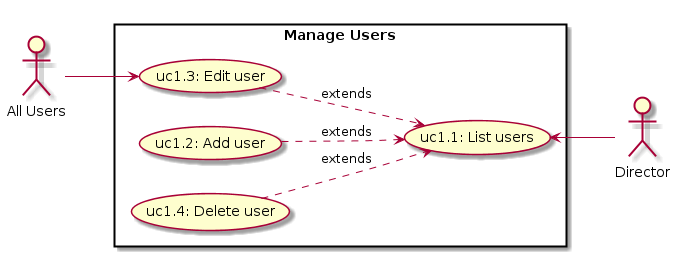
aert/aert-farmerp keeps this PlantUML diagram as docs/images/generated/uc1_users.png. Above is the earlier version.
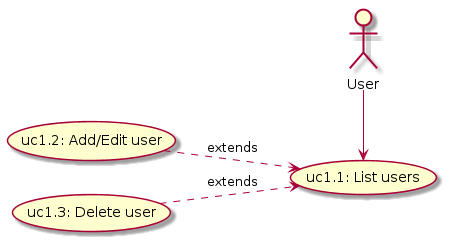
Later version of the same file.

Diff of the diagram source:
```diff
@@ -2,24 +2,18 @@
 
 
    left to right direction
-   actor Director
-   actor "All Users" as All
+   actor "User" as User
 
 
-   rectangle "Manage Users" {
-      (uc1.1: List users)  as (uc1.1)
-      (uc1.2: Add user)    as (uc1.2)
-      (uc1.3: Edit user) as (uc1.3)
-      (uc1.4: Delete user) as (uc1.4)
+   (uc1.1: List users)  as (uc1.1)
+   (uc1.2: Add/Edit user)    as (uc1.2)
+   (uc1.3: Delete user) as (uc1.3)
 
-      Director -left-> (uc1.1)
 
-      (uc1.2) ..> (uc1.1) : extends
-      (uc1.3) ..> (uc1.1) : extends
-      (uc1.4) ..> (uc1.1) : extends
+   (uc1.2) ..> (uc1.1) : extends
+   (uc1.3) ..> (uc1.1) : extends
 
-      All      --right--> (uc1.3)
-   }
+   User    -> (uc1.1)
 
 
 @enduml
```
